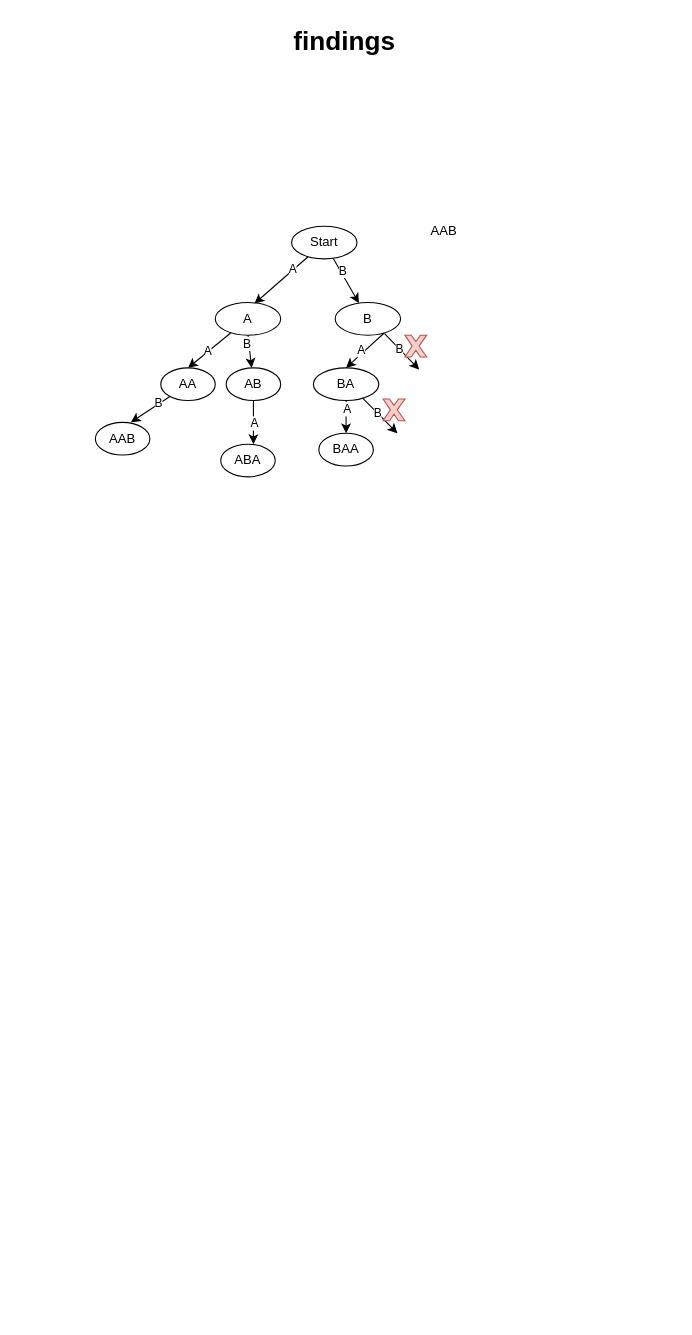
Before: 20250217-1079. Letter Tile Possibilities/causal-hand-draft.drawio in seanwangtech/leetcode-practice, a draw.io diagram. Source tidied: cells renumbered, new cells numbered last; positions are measured from the earlier drawing's top-left corner, leaving out a move shared by most shapes. Both pictures are drawn from the tidied source at 109%, with x=0, y=0 at pixel (95, 19).
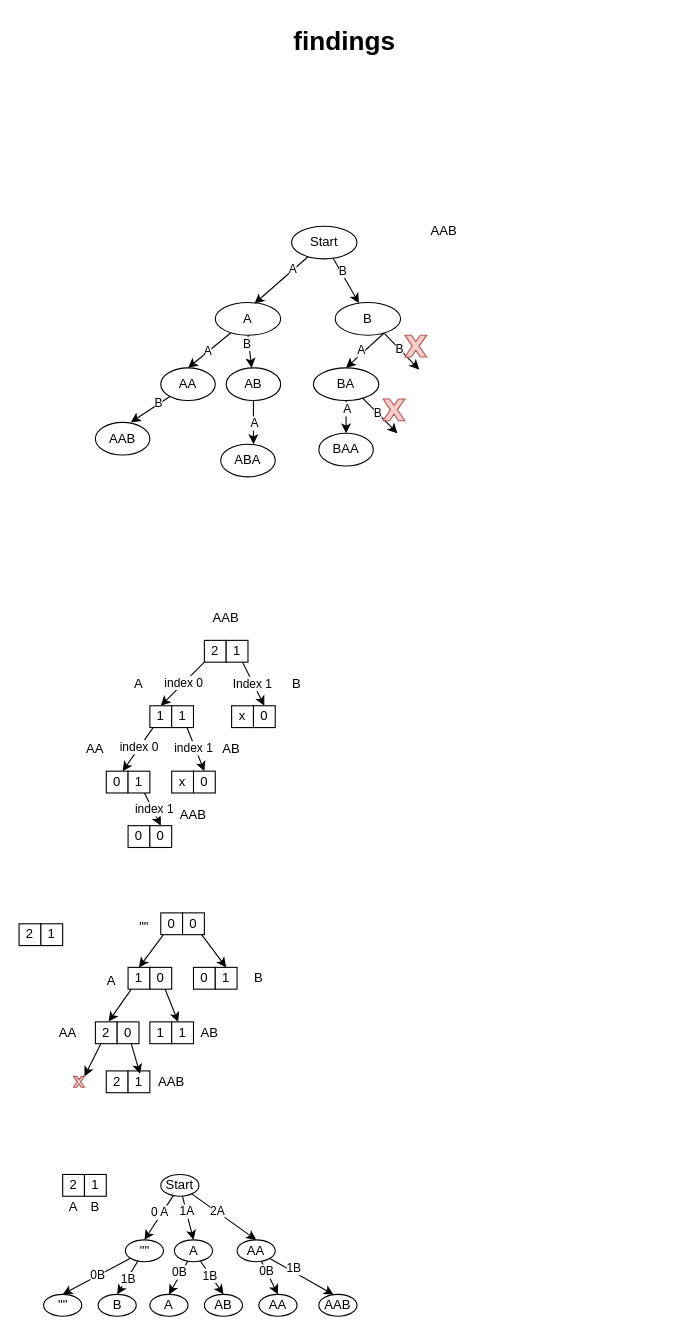
After the change.

Diff of the diagram source:
```diff
@@
+    <mxCell id="35" style="rounded=0;jettySize=auto;html=1;entryX=0.5;entryY=0;entryDx=0;entryDy=0;" parent="1" edge="1" source="37" target="43">
+      <mxGeometry relative="1" as="geometry" />
+    </mxCell>
+    <mxCell id="36" value="index 0" style="edgeLabel;html=1;align=center;verticalAlign=middle;" parent="35" vertex="1">
+      <mxGeometry x="-0.05" y="-1" relative="1" as="geometry" />
+    </mxCell>
+    <mxCell id="37" value="2" style="rounded=0;whiteSpace=wrap;html=1;" parent="1" vertex="1">
+      <mxGeometry x="100" y="570" width="20" height="20" as="geometry" />
+    </mxCell>
+    <mxCell id="38" style="rounded=0;jettySize=auto;html=1;entryX=0.5;entryY=0;entryDx=0;entryDy=0;" parent="1" edge="1" source="40" target="53">
+      <mxGeometry relative="1" as="geometry" />
+    </mxCell>
+    <mxCell id="39" value="Index 1" style="edgeLabel;html=1;align=center;verticalAlign=middle;" parent="38" vertex="1">
+      <mxGeometry x="-0.08" y="-1" relative="1" as="geometry" />
+    </mxCell>
+    <mxCell id="40" value="1" style="rounded=0;whiteSpace=wrap;html=1;" parent="1" vertex="1">
+      <mxGeometry x="120" y="570" width="20" height="20" as="geometry" />
+    </mxCell>
+    <mxCell id="41" style="rounded=0;jettySize=auto;html=1;entryX=0.75;entryY=0;entryDx=0;entryDy=0;" parent="1" edge="1" source="43" target="47">
+      <mxGeometry relative="1" as="geometry" />
+    </mxCell>
+    <mxCell id="42" value="index 0" style="edgeLabel;html=1;align=center;verticalAlign=middle;" parent="41" vertex="1">
+      <mxGeometry x="-0.1" y="-1" relative="1" as="geometry" />
+    </mxCell>
+    <mxCell id="43" value="1" style="rounded=0;whiteSpace=wrap;html=1;" parent="1" vertex="1">
+      <mxGeometry x="50" y="630" width="20" height="20" as="geometry" />
+    </mxCell>
+    <mxCell id="44" style="rounded=0;jettySize=auto;html=1;entryX=0.5;entryY=0;entryDx=0;entryDy=0;" parent="1" edge="1" source="46" target="60">
+      <mxGeometry relative="1" as="geometry" />
+    </mxCell>
+    <mxCell id="45" value="index 1" style="edgeLabel;html=1;align=center;verticalAlign=middle;" parent="44" vertex="1">
+      <mxGeometry x="-0.12" y="-2" relative="1" as="geometry" />
+    </mxCell>
+    <mxCell id="46" value="1" style="rounded=0;whiteSpace=wrap;html=1;" parent="1" vertex="1">
+      <mxGeometry x="70" y="630" width="20" height="20" as="geometry" />
+    </mxCell>
+    <mxCell id="47" value="0" style="rounded=0;whiteSpace=wrap;html=1;" parent="1" vertex="1">
+      <mxGeometry x="10" y="690" width="20" height="20" as="geometry" />
+    </mxCell>
+    <mxCell id="48" style="rounded=0;jettySize=auto;html=1;entryX=0.5;entryY=0;entryDx=0;entryDy=0;" parent="1" edge="1" source="50" target="52">
+      <mxGeometry relative="1" as="geometry" />
+    </mxCell>
+    <mxCell id="49" value="index 1" style="edgeLabel;html=1;align=center;verticalAlign=middle;" parent="48" vertex="1">
+      <mxGeometry y="1" relative="1" as="geometry" />
+    </mxCell>
+    <mxCell id="50" value="1" style="rounded=0;whiteSpace=wrap;html=1;" parent="1" vertex="1">
+      <mxGeometry x="30" y="690" width="20" height="20" as="geometry" />
+    </mxCell>
+    <mxCell id="51" value="0" style="rounded=0;whiteSpace=wrap;html=1;" parent="1" vertex="1">
+      <mxGeometry x="30" y="740" width="20" height="20" as="geometry" />
+    </mxCell>
+    <mxCell id="52" value="0" style="rounded=0;whiteSpace=wrap;html=1;" parent="1" vertex="1">
+      <mxGeometry x="50" y="740" width="20" height="20" as="geometry" />
+    </mxCell>
+    <mxCell id="53" value="0" style="rounded=0;whiteSpace=wrap;html=1;" parent="1" vertex="1">
+      <mxGeometry x="145" y="630" width="20" height="20" as="geometry" />
+    </mxCell>
+    <mxCell id="54" value="x" style="rounded=0;whiteSpace=wrap;html=1;" parent="1" vertex="1">
+      <mxGeometry x="125" y="630" width="20" height="20" as="geometry" />
+    </mxCell>
+    <mxCell id="55" value="AAB" style="text;html=1;align=center;verticalAlign=middle;whiteSpace=wrap;rounded=0;" parent="1" vertex="1">
+      <mxGeometry x="100" y="540" width="40" height="20" as="geometry" />
+    </mxCell>
+    <mxCell id="56" value="A" style="text;html=1;align=center;verticalAlign=middle;whiteSpace=wrap;rounded=0;" parent="1" vertex="1">
+      <mxGeometry x="20" y="600" width="40" height="20" as="geometry" />
+    </mxCell>
+    <mxCell id="57" value="AA" style="text;html=1;align=center;verticalAlign=middle;whiteSpace=wrap;rounded=0;" parent="1" vertex="1">
+      <mxGeometry x="-20" y="660" width="40" height="20" as="geometry" />
+    </mxCell>
+    <mxCell id="58" value="AAB" style="text;html=1;align=center;verticalAlign=middle;whiteSpace=wrap;rounded=0;" parent="1" vertex="1">
+      <mxGeometry x="70" y="720" width="40" height="20" as="geometry" />
+    </mxCell>
+    <mxCell id="59" value="B" style="text;html=1;align=center;verticalAlign=middle;whiteSpace=wrap;rounded=0;" parent="1" vertex="1">
+      <mxGeometry x="165" y="600" width="40" height="20" as="geometry" />
+    </mxCell>
+    <mxCell id="60" value="0" style="rounded=0;whiteSpace=wrap;html=1;" parent="1" vertex="1">
+      <mxGeometry x="90" y="690" width="20" height="20" as="geometry" />
+    </mxCell>
+    <mxCell id="61" value="x" style="rounded=0;whiteSpace=wrap;html=1;" parent="1" vertex="1">
+      <mxGeometry x="70" y="690" width="20" height="20" as="geometry" />
+    </mxCell>
+    <mxCell id="62" value="AB" style="text;html=1;align=center;verticalAlign=middle;whiteSpace=wrap;rounded=0;" parent="1" vertex="1">
+      <mxGeometry x="105" y="660" width="40" height="20" as="geometry" />
+    </mxCell>
+    <mxCell id="63" value="2" style="rounded=0;whiteSpace=wrap;html=1;" parent="1" vertex="1">
+      <mxGeometry x="-70" y="830" width="20" height="20" as="geometry" />
+    </mxCell>
+    <mxCell id="64" value="1" style="rounded=0;whiteSpace=wrap;html=1;" parent="1" vertex="1">
+      <mxGeometry x="-50" y="830" width="20" height="20" as="geometry" />
+    </mxCell>
+    <mxCell id="65" style="rounded=0;jettySize=auto;html=1;entryX=0.5;entryY=0;entryDx=0;entryDy=0;" parent="1" edge="1" source="66" target="69">
+      <mxGeometry relative="1" as="geometry" />
+    </mxCell>
+    <mxCell id="66" value="0" style="rounded=0;whiteSpace=wrap;html=1;" parent="1" vertex="1">
+      <mxGeometry x="60" y="820" width="20" height="20" as="geometry" />
+    </mxCell>
+    <mxCell id="67" style="rounded=0;jettySize=auto;html=1;entryX=0.5;entryY=0;entryDx=0;entryDy=0;" parent="1" edge="1" source="68" target="88">
+      <mxGeometry relative="1" as="geometry" />
+    </mxCell>
+    <mxCell id="68" value="0" style="rounded=0;whiteSpace=wrap;html=1;" parent="1" vertex="1">
+      <mxGeometry x="80" y="820" width="20" height="20" as="geometry" />
+    </mxCell>
+    <mxCell id="69" value="1" style="rounded=0;whiteSpace=wrap;html=1;" parent="1" vertex="1">
+      <mxGeometry x="30" y="870" width="20" height="20" as="geometry" />
+    </mxCell>
+    <mxCell id="70" style="rounded=0;jettySize=auto;html=1;" parent="1" edge="1" source="71" target="77">
+      <mxGeometry relative="1" as="geometry" />
+    </mxCell>
+    <mxCell id="71" value="0" style="rounded=0;whiteSpace=wrap;html=1;" parent="1" vertex="1">
+      <mxGeometry x="50" y="870" width="20" height="20" as="geometry" />
+    </mxCell>
+    <mxCell id="72" style="rounded=0;jettySize=auto;html=1;" parent="1" edge="1" source="73">
+      <mxGeometry relative="1" as="geometry">
+        <mxPoint x="-10" y="970" as="targetPoint" />
+      </mxGeometry>
+    </mxCell>
+    <mxCell id="73" value="2" style="rounded=0;whiteSpace=wrap;html=1;" parent="1" vertex="1">
+      <mxGeometry y="920" width="20" height="20" as="geometry" />
+    </mxCell>
+    <mxCell id="74" value="0" style="rounded=0;whiteSpace=wrap;html=1;" parent="1" vertex="1">
+      <mxGeometry x="20" y="920" width="20" height="20" as="geometry" />
+    </mxCell>
+    <mxCell id="75" style="rounded=0;jettySize=auto;html=1;entryX=0.608;entryY=-0.013;entryDx=0;entryDy=0;entryPerimeter=0;" parent="1" edge="1" source="69" target="73">
+      <mxGeometry relative="1" as="geometry" />
+    </mxCell>
+    <mxCell id="76" value="1" style="rounded=0;whiteSpace=wrap;html=1;" parent="1" vertex="1">
+      <mxGeometry x="50" y="920" width="20" height="20" as="geometry" />
+    </mxCell>
+    <mxCell id="77" value="1" style="rounded=0;whiteSpace=wrap;html=1;" parent="1" vertex="1">
+      <mxGeometry x="70" y="920" width="20" height="20" as="geometry" />
+    </mxCell>
+    <mxCell id="78" style="verticalLabelPosition=bottom;verticalAlign=top;html=1;shape=mxgraph.basic.x;fillColor=#f8cecc;strokeColor=#b85450;" parent="1" vertex="1">
+      <mxGeometry x="-20" y="970" width="10" height="10" as="geometry" />
+    </mxCell>
+    <mxCell id="79" value="2" style="rounded=0;whiteSpace=wrap;html=1;" parent="1" vertex="1">
+      <mxGeometry x="10" y="965" width="20" height="20" as="geometry" />
+    </mxCell>
+    <mxCell id="80" value="1" style="rounded=0;whiteSpace=wrap;html=1;" parent="1" vertex="1">
+      <mxGeometry x="30" y="965" width="20" height="20" as="geometry" />
+    </mxCell>
+    <mxCell id="81" style="rounded=0;jettySize=auto;html=1;entryX=0.547;entryY=0.133;entryDx=0;entryDy=0;entryPerimeter=0;" parent="1" edge="1" source="74" target="80">
+      <mxGeometry relative="1" as="geometry" />
+    </mxCell>
+    <mxCell id="82" value="&quot;&quot;" style="text;html=1;align=center;verticalAlign=middle;whiteSpace=wrap;rounded=0;" parent="1" vertex="1">
+      <mxGeometry x="30" y="825" width="30" height="15" as="geometry" />
+    </mxCell>
+    <mxCell id="83" value="A" style="text;html=1;align=center;verticalAlign=middle;whiteSpace=wrap;rounded=0;" parent="1" vertex="1">
+      <mxGeometry y="875" width="30" height="15" as="geometry" />
+    </mxCell>
+    <mxCell id="84" value="AA" style="text;html=1;align=center;verticalAlign=middle;whiteSpace=wrap;rounded=0;" parent="1" vertex="1">
+      <mxGeometry x="-40" y="922.5" width="30" height="15" as="geometry" />
+    </mxCell>
+    <mxCell id="85" value="AAB" style="text;html=1;align=center;verticalAlign=middle;whiteSpace=wrap;rounded=0;" parent="1" vertex="1">
+      <mxGeometry x="55" y="967.5" width="30" height="15" as="geometry" />
+    </mxCell>
+    <mxCell id="86" value="AB" style="text;html=1;align=center;verticalAlign=middle;whiteSpace=wrap;rounded=0;" parent="1" vertex="1">
+      <mxGeometry x="90" y="922.5" width="30" height="15" as="geometry" />
+    </mxCell>
+    <mxCell id="87" value="0" style="rounded=0;whiteSpace=wrap;html=1;" parent="1" vertex="1">
+      <mxGeometry x="90" y="870" width="20" height="20" as="geometry" />
+    </mxCell>
+    <mxCell id="88" value="1" style="rounded=0;whiteSpace=wrap;html=1;" parent="1" vertex="1">
+      <mxGeometry x="110" y="870" width="20" height="20" as="geometry" />
+    </mxCell>
+    <mxCell id="89" value="B" style="text;html=1;align=center;verticalAlign=middle;whiteSpace=wrap;rounded=0;" parent="1" vertex="1">
+      <mxGeometry x="135" y="872.5" width="30" height="15" as="geometry" />
+    </mxCell>
+    <mxCell id="90" value="2" style="rounded=0;whiteSpace=wrap;html=1;" parent="1" vertex="1">
+      <mxGeometry x="-30" y="1060" width="20" height="20" as="geometry" />
+    </mxCell>
+    <mxCell id="91" value="1" style="rounded=0;whiteSpace=wrap;html=1;" parent="1" vertex="1">
+      <mxGeometry x="-10" y="1060" width="20" height="20" as="geometry" />
+    </mxCell>
+    <mxCell id="92" value="A" style="text;html=1;align=center;verticalAlign=middle;whiteSpace=wrap;rounded=0;" parent="1" vertex="1">
+      <mxGeometry x="-30" y="1080" width="20" height="20" as="geometry" />
+    </mxCell>
+    <mxCell id="93" value="B" style="text;html=1;align=center;verticalAlign=middle;whiteSpace=wrap;rounded=0;" parent="1" vertex="1">
+      <mxGeometry x="-10" y="1080" width="20" height="20" as="geometry" />
+    </mxCell>
+    <mxCell id="94" style="rounded=0;jettySize=auto;html=1;entryX=0.5;entryY=0;entryDx=0;entryDy=0;" parent="1" edge="1" source="100" target="105">
+      <mxGeometry relative="1" as="geometry" />
+    </mxCell>
+    <mxCell id="95" value="0 A" style="edgeLabel;html=1;align=center;verticalAlign=middle;" parent="94" vertex="1">
+      <mxGeometry x="-0.19" y="-3" relative="1" as="geometry" />
+    </mxCell>
+    <mxCell id="96" style="rounded=0;jettySize=auto;html=1;entryX=0.5;entryY=0;entryDx=0;entryDy=0;" parent="1" edge="1" source="100" target="111">
+      <mxGeometry relative="1" as="geometry" />
+    </mxCell>
+    <mxCell id="97" value="1A" style="edgeLabel;html=1;align=center;verticalAlign=middle;" parent="96" vertex="1">
+      <mxGeometry x="-0.32" relative="1" as="geometry" />
+    </mxCell>
+    <mxCell id="98" style="edgeStyle=none;rounded=0;jettySize=auto;html=1;entryX=0.5;entryY=0;entryDx=0;entryDy=0;strokeColor=default;align=center;verticalAlign=middle;fontFamily=Helvetica;fontSize=11;fontColor=default;labelBackgroundColor=default;endArrow=classic;" parent="1" edge="1" source="100" target="114">
+      <mxGeometry relative="1" as="geometry" />
+    </mxCell>
+    <mxCell id="99" value="2A" style="edgeLabel;html=1;align=center;verticalAlign=middle;fontFamily=Helvetica;fontSize=11;fontColor=default;labelBackgroundColor=default;" parent="98" vertex="1">
+      <mxGeometry x="-0.22" y="1" relative="1" as="geometry" />
+    </mxCell>
+    <mxCell id="100" value="Start" style="ellipse;whiteSpace=wrap;html=1;" parent="1" vertex="1">
+      <mxGeometry x="60" y="1060" width="35" height="20" as="geometry" />
+    </mxCell>
+    <mxCell id="101" style="rounded=0;jettySize=auto;html=1;entryX=0.5;entryY=0;entryDx=0;entryDy=0;" parent="1" edge="1" source="105" target="106">
+      <mxGeometry relative="1" as="geometry" />
+    </mxCell>
+    <mxCell id="102" value="1B" style="edgeLabel;html=1;align=center;verticalAlign=middle;" parent="101" vertex="1">
+      <mxGeometry y="1" relative="1" as="geometry">
+        <mxPoint x="-1" as="offset" />
+      </mxGeometry>
+    </mxCell>
+    <mxCell id="103" style="rounded=0;jettySize=auto;html=1;entryX=0.5;entryY=0;entryDx=0;entryDy=0;" parent="1" edge="1" source="105" target="115">
+      <mxGeometry relative="1" as="geometry" />
+    </mxCell>
+    <mxCell id="104" value="0B" style="edgeLabel;html=1;align=center;verticalAlign=middle;" parent="103" vertex="1">
+      <mxGeometry x="-0.03" y="-1" relative="1" as="geometry" />
+    </mxCell>
+    <mxCell id="105" value="&quot;&quot;" style="ellipse;whiteSpace=wrap;html=1;" parent="1" vertex="1">
+      <mxGeometry x="27.5" y="1120" width="35" height="20" as="geometry" />
+    </mxCell>
+    <mxCell id="106" value="B" style="ellipse;whiteSpace=wrap;html=1;" parent="1" vertex="1">
+      <mxGeometry x="2.5" y="1170" width="35" height="20" as="geometry" />
+    </mxCell>
+    <mxCell id="107" style="rounded=0;jettySize=auto;html=1;entryX=0.5;entryY=0;entryDx=0;entryDy=0;" parent="1" edge="1" source="111" target="117">
+      <mxGeometry relative="1" as="geometry" />
+    </mxCell>
+    <mxCell id="108" value="0B" style="edgeLabel;html=1;align=center;verticalAlign=middle;fontFamily=Helvetica;fontSize=11;fontColor=default;labelBackgroundColor=default;" parent="107" vertex="1">
+      <mxGeometry x="-0.23" y="-2" relative="1" as="geometry" />
+    </mxCell>
+    <mxCell id="109" style="rounded=0;jettySize=auto;html=1;entryX=0.5;entryY=0;entryDx=0;entryDy=0;" parent="1" edge="1" source="111" target="116">
+      <mxGeometry relative="1" as="geometry" />
+    </mxCell>
+    <mxCell id="110" value="1B" style="edgeLabel;html=1;align=center;verticalAlign=middle;fontFamily=Helvetica;fontSize=11;fontColor=default;labelBackgroundColor=default;" parent="109" vertex="1">
+      <mxGeometry x="-0.22" y="-1" relative="1" as="geometry" />
+    </mxCell>
+    <mxCell id="111" value="A" style="ellipse;whiteSpace=wrap;html=1;" parent="1" vertex="1">
+      <mxGeometry x="72.5" y="1120" width="35" height="20" as="geometry" />
+    </mxCell>
+    <mxCell id="112" style="edgeStyle=none;rounded=0;jettySize=auto;html=1;entryX=0.5;entryY=0;entryDx=0;entryDy=0;strokeColor=default;align=center;verticalAlign=middle;fontFamily=Helvetica;fontSize=11;fontColor=default;labelBackgroundColor=default;endArrow=classic;" parent="1" edge="1" source="114" target="118">
+      <mxGeometry relative="1" as="geometry" />
+    </mxCell>
+    <mxCell id="113" value="0B" style="edgeLabel;html=1;align=center;verticalAlign=middle;fontFamily=Helvetica;fontSize=11;fontColor=default;labelBackgroundColor=default;" parent="112" vertex="1">
+      <mxGeometry x="-0.39" relative="1" as="geometry" />
+    </mxCell>
+    <mxCell id="114" value="AA" style="ellipse;whiteSpace=wrap;html=1;" parent="1" vertex="1">
+      <mxGeometry x="130" y="1120" width="35" height="20" as="geometry" />
+    </mxCell>
+    <mxCell id="115" value="&quot;&quot;" style="ellipse;whiteSpace=wrap;html=1;" parent="1" vertex="1">
+      <mxGeometry x="-47.5" y="1170" width="35" height="20" as="geometry" />
+    </mxCell>
+    <mxCell id="116" value="AB" style="ellipse;whiteSpace=wrap;html=1;" parent="1" vertex="1">
+      <mxGeometry x="100" y="1170" width="35" height="20" as="geometry" />
+    </mxCell>
+    <mxCell id="117" value="A" style="ellipse;whiteSpace=wrap;html=1;" parent="1" vertex="1">
+      <mxGeometry x="50" y="1170" width="35" height="20" as="geometry" />
+    </mxCell>
+    <mxCell id="118" value="AA" style="ellipse;whiteSpace=wrap;html=1;" parent="1" vertex="1">
+      <mxGeometry x="150" y="1170" width="35" height="20" as="geometry" />
+    </mxCell>
+    <mxCell id="119" value="AAB" style="ellipse;whiteSpace=wrap;html=1;" parent="1" vertex="1">
+      <mxGeometry x="205" y="1170" width="35" height="20" as="geometry" />
+    </mxCell>
+    <mxCell id="120" style="edgeStyle=none;rounded=0;jettySize=auto;html=1;entryX=0.388;entryY=0.014;entryDx=0;entryDy=0;entryPerimeter=0;strokeColor=default;align=center;verticalAlign=middle;fontFamily=Helvetica;fontSize=11;fontColor=default;labelBackgroundColor=default;endArrow=classic;" parent="1" edge="1" source="114" target="119">
+      <mxGeometry relative="1" as="geometry" />
+    </mxCell>
+    <mxCell id="121" value="1B" style="edgeLabel;html=1;align=center;verticalAlign=middle;fontFamily=Helvetica;fontSize=11;fontColor=default;labelBackgroundColor=default;" parent="120" vertex="1">
+      <mxGeometry x="-0.33" y="3" relative="1" as="geometry" />
+    </mxCell>
```
